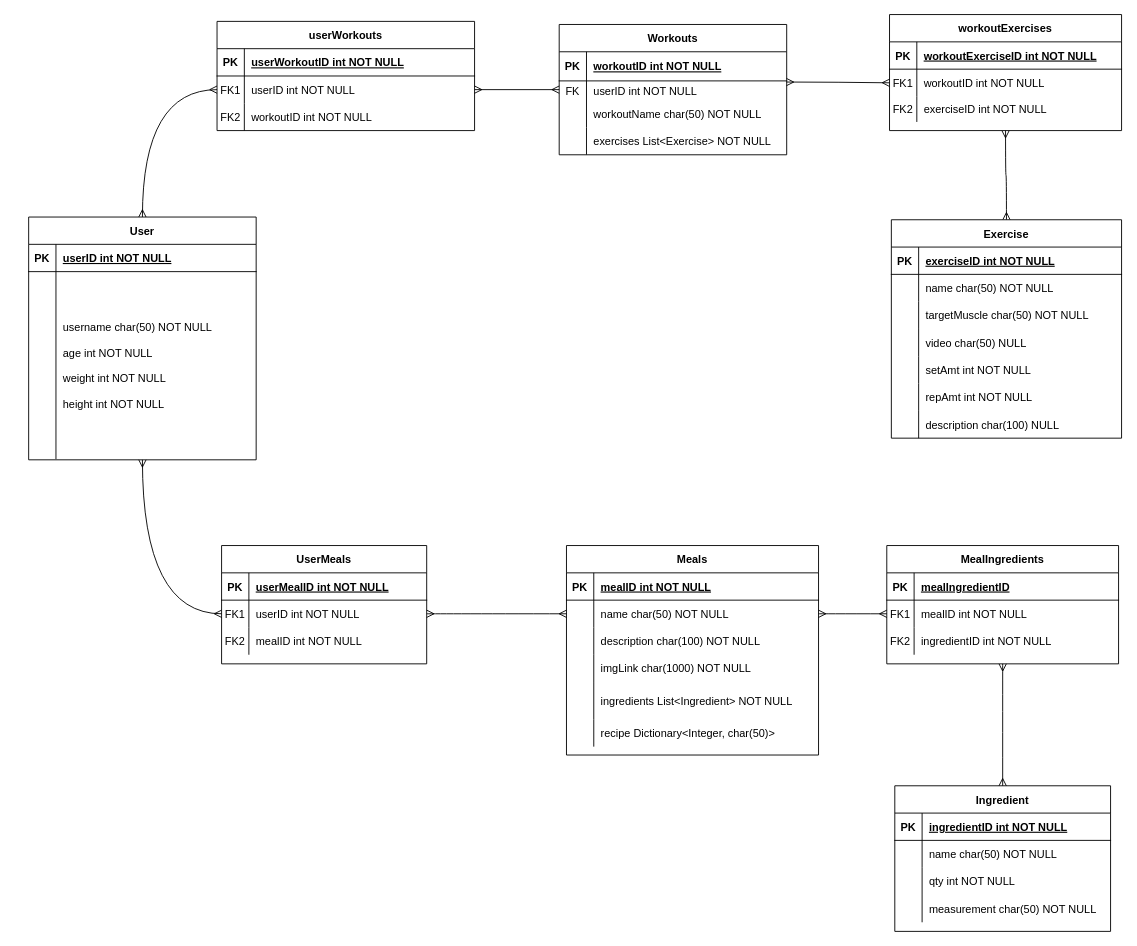
Scipion2002/HomieGainz keeps this draw.io diagram as HomieGainz ER Diagram.drawio. Above is the earlier version. Source tidied: cells renumbered, new cells numbered last; positions are measured from the earlier drawing's top-left corner, leaving out a move shared by most shapes. Both pictures are drawn from the tidied source at 91%, with x=0, y=0 at pixel (28, 14).
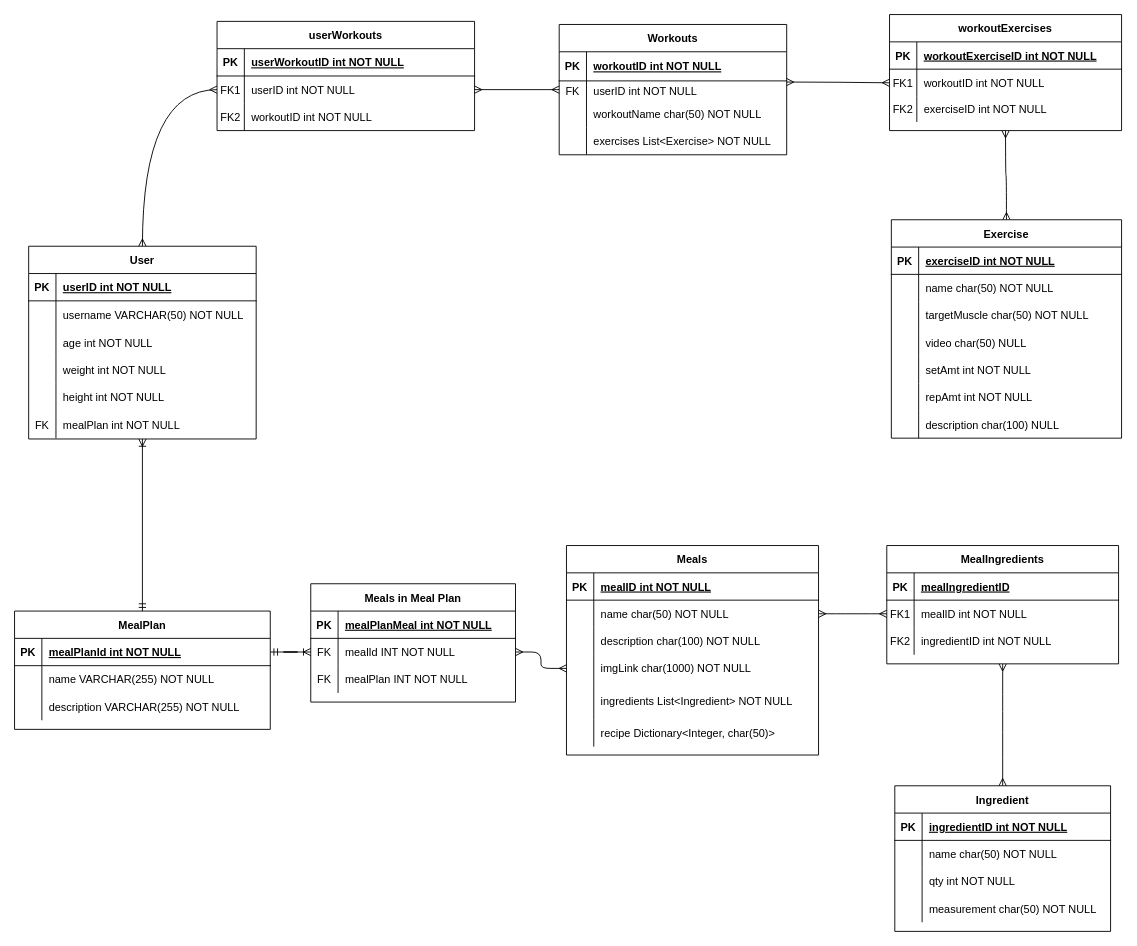
The same page after the edit.

Unchanged cells that the change refers to:
```xml
<mxCell id="20" style="shape=tableRow;horizontal=0;startSize=0;swimlaneHead=0;swimlaneBody=0;fillColor=none;points=[[0,0.5],[1,0.5]];portConstraint=eastwest;top=0;left=0;right=0;bottom=0;" parent="16" vertex="1">
  <mxGeometry y="60" width="277" height="30" as="geometry" />
</mxCell>
<mxCell id="26" style="shape=tableRow;horizontal=0;startSize=0;swimlaneHead=0;swimlaneBody=0;fillColor=none;points=[[0,0.5],[1,0.5]];portConstraint=eastwest;top=0;left=0;right=0;bottom=0;" parent="16" vertex="1">
  <mxGeometry y="120" width="277" height="30" as="geometry" />
</mxCell>
```

Diff of the diagram source:
```diff
@@
-    <mxCell id="35" style="edgeStyle=orthogonalEdgeStyle;curved=1;rounded=0;jettySize=auto;html=1;entryX=0;entryY=0.5;entryDx=0;entryDy=0;startArrow=ERmany;startFill=0;endArrow=ERmany;endFill=0;" parent="1" edge="1" source="36" target="92">
-      <mxGeometry relative="1" as="geometry" />
-    </mxCell>
     <mxCell id="36" value="User" style="shape=table;startSize=30;childLayout=tableLayout;rowLines=0;fontStyle=1;align=center;" parent="1" vertex="1">
-      <mxGeometry y="223" width="250" height="266.8" as="geometry" />
+      <mxGeometry y="255.1" width="250" height="211.8" as="geometry" />
     </mxCell>
@@
     <mxCell id="40" style="shape=partialRectangle;fillColor=none;top=0;left=0;right=0;bottom=0;" parent="36" vertex="1">
-      <mxGeometry y="60" width="250" height="206" as="geometry" />
+      <mxGeometry y="60" width="250" height="31" as="geometry" />
     </mxCell>
     <mxCell id="41" style="shape=partialRectangle;overflow=hidden;fillColor=none;top=0;left=0;bottom=0;right=0;" parent="40" vertex="1">
-      <mxGeometry width="30" height="206" as="geometry" />
+      <mxGeometry width="30" height="31" as="geometry" />
     </mxCell>
-    <mxCell id="42" value="username char(50) NOT NULL&#10;&#10;age int NOT NULL&#10;&#10;weight int NOT NULL&#10;&#10;height int NOT NULL" style="shape=partialRectangle;overflow=hidden;fillColor=none;top=0;left=0;bottom=0;right=0;align=left;spacingLeft=6;" parent="40" vertex="1">
-      <mxGeometry x="30" width="220" height="206" as="geometry" />
+    <mxCell id="42" value="username VARCHAR(50) NOT NULL" style="shape=partialRectangle;overflow=hidden;fillColor=none;top=0;left=0;bottom=0;right=0;align=left;spacingLeft=6;" parent="40" vertex="1">
+      <mxGeometry x="30" width="220" height="31" as="geometry" />
     </mxCell>
+    <mxCell id="124" style="shape=tableRow;horizontal=0;startSize=0;swimlaneHead=0;swimlaneBody=0;fillColor=none;top=0;left=0;right=0;bottom=0;" parent="36" vertex="1">
+      <mxGeometry y="91" width="250" height="30" as="geometry" />
+    </mxCell>
+    <mxCell id="125" style="shape=partialRectangle;fillColor=none;top=0;left=0;bottom=0;right=0;overflow=hidden;" parent="124" vertex="1">
+      <mxGeometry width="30" height="30" as="geometry" />
+    </mxCell>
+    <mxCell id="126" value="age int NOT NULL" style="shape=partialRectangle;fillColor=none;top=0;left=0;bottom=0;right=0;align=left;spacingLeft=6;overflow=hidden;" parent="124" vertex="1">
+      <mxGeometry x="30" width="220" height="30" as="geometry" />
+    </mxCell>
+    <mxCell id="127" style="shape=tableRow;horizontal=0;startSize=0;swimlaneHead=0;swimlaneBody=0;fillColor=none;top=0;left=0;right=0;bottom=0;" parent="36" vertex="1">
+      <mxGeometry y="121" width="250" height="30" as="geometry" />
+    </mxCell>
+    <mxCell id="128" style="shape=partialRectangle;fillColor=none;top=0;left=0;bottom=0;right=0;overflow=hidden;" parent="127" vertex="1">
+      <mxGeometry width="30" height="30" as="geometry" />
+    </mxCell>
+    <mxCell id="129" value="weight int NOT NULL" style="shape=partialRectangle;fillColor=none;top=0;left=0;bottom=0;right=0;align=left;spacingLeft=6;overflow=hidden;" parent="127" vertex="1">
+      <mxGeometry x="30" width="220" height="30" as="geometry" />
+    </mxCell>
+    <mxCell id="130" style="shape=tableRow;horizontal=0;startSize=0;swimlaneHead=0;swimlaneBody=0;fillColor=none;top=0;left=0;right=0;bottom=0;" parent="36" vertex="1">
+      <mxGeometry y="151" width="250" height="30" as="geometry" />
+    </mxCell>
+    <mxCell id="131" style="shape=partialRectangle;fillColor=none;top=0;left=0;bottom=0;right=0;overflow=hidden;" parent="130" vertex="1">
+      <mxGeometry width="30" height="30" as="geometry" />
+    </mxCell>
+    <mxCell id="132" value="height int NOT NULL" style="shape=partialRectangle;fillColor=none;top=0;left=0;bottom=0;right=0;align=left;spacingLeft=6;overflow=hidden;" parent="130" vertex="1">
+      <mxGeometry x="30" width="220" height="30" as="geometry" />
+    </mxCell>
+    <mxCell id="133" style="shape=tableRow;horizontal=0;startSize=0;swimlaneHead=0;swimlaneBody=0;fillColor=none;top=0;left=0;right=0;bottom=0;" parent="36" vertex="1">
+      <mxGeometry y="181" width="250" height="30" as="geometry" />
+    </mxCell>
+    <mxCell id="134" value="FK" style="shape=partialRectangle;fillColor=none;top=0;left=0;bottom=0;right=0;fontStyle=0;overflow=hidden;" parent="133" vertex="1">
+      <mxGeometry width="30" height="30" as="geometry" />
+    </mxCell>
+    <mxCell id="135" value="mealPlan int NOT NULL" style="shape=partialRectangle;fillColor=none;top=0;left=0;bottom=0;right=0;align=left;spacingLeft=6;fontStyle=0;overflow=hidden;" parent="133" vertex="1">
+      <mxGeometry x="30" width="220" height="30" as="geometry" />
+    </mxCell>
@@
-    <mxCell id="88" value="UserMeals" style="shape=table;startSize=30;childLayout=tableLayout;rowLines=0;fontStyle=1;align=center;" parent="1" vertex="1">
-      <mxGeometry x="212" y="584" width="225.4" height="130" as="geometry" />
-    </mxCell>
-    <mxCell id="89" style="shape=tableRow;horizontal=0;startSize=0;swimlaneHead=0;swimlaneBody=0;fillColor=none;top=0;left=0;right=0;bottom=1;" parent="88" vertex="1">
-      <mxGeometry y="30" width="225.4" height="30" as="geometry" />
-    </mxCell>
-    <mxCell id="90" value="PK" style="shape=partialRectangle;fillColor=none;top=0;left=0;bottom=0;right=0;fontStyle=1;overflow=hidden;" parent="89" vertex="1">
-      <mxGeometry width="30" height="30" as="geometry" />
-    </mxCell>
-    <mxCell id="91" value="userMealID int NOT NULL" style="shape=partialRectangle;fillColor=none;top=0;left=0;bottom=0;right=0;align=left;spacingLeft=6;fontStyle=5;overflow=hidden;" parent="89" vertex="1">
-      <mxGeometry x="30" width="195.4" height="30" as="geometry" />
-    </mxCell>
-    <mxCell id="92" style="shape=tableRow;horizontal=0;startSize=0;swimlaneHead=0;swimlaneBody=0;fillColor=none;points=[[0,0.5],[1,0.5]];portConstraint=eastwest;top=0;left=0;right=0;bottom=0;" parent="88" vertex="1">
-      <mxGeometry y="60" width="225.4" height="30" as="geometry" />
-    </mxCell>
-    <mxCell id="93" value="FK1" style="shape=partialRectangle;fillColor=none;top=0;left=0;bottom=0;right=0;overflow=hidden;" parent="92" vertex="1">
-      <mxGeometry width="30" height="30" as="geometry" />
-    </mxCell>
-    <mxCell id="94" value="userID int NOT NULL" style="shape=partialRectangle;fillColor=none;top=0;left=0;bottom=0;right=0;align=left;spacingLeft=6;overflow=hidden;" parent="92" vertex="1">
-      <mxGeometry x="30" width="195.4" height="30" as="geometry" />
-    </mxCell>
-    <mxCell id="95" style="shape=tableRow;horizontal=0;startSize=0;swimlaneHead=0;swimlaneBody=0;fillColor=none;top=0;left=0;right=0;bottom=0;" parent="88" vertex="1">
-      <mxGeometry y="90" width="225.4" height="30" as="geometry" />
-    </mxCell>
-    <mxCell id="96" value="FK2" style="shape=partialRectangle;fillColor=none;top=0;left=0;bottom=0;right=0;overflow=hidden;" parent="95" vertex="1">
-      <mxGeometry width="30" height="30" as="geometry" />
-    </mxCell>
-    <mxCell id="97" value="mealID int NOT NULL" style="shape=partialRectangle;fillColor=none;top=0;left=0;bottom=0;right=0;align=left;spacingLeft=6;overflow=hidden;" parent="95" vertex="1">
-      <mxGeometry x="30" width="195.4" height="30" as="geometry" />
-    </mxCell>
-    <mxCell id="98" style="edgeStyle=orthogonalEdgeStyle;curved=1;rounded=0;jettySize=auto;html=1;entryX=0;entryY=0.5;entryDx=0;entryDy=0;startArrow=ERmany;startFill=0;endArrow=ERmany;endFill=0;" parent="1" edge="1" source="92" target="20">
-      <mxGeometry relative="1" as="geometry" />
-    </mxCell>
@@
+    <mxCell id="136" value="MealPlan" style="shape=table;startSize=30;childLayout=tableLayout;rowLines=0;fontStyle=1;align=center;" parent="1" vertex="1">
+      <mxGeometry x="-15.5" y="656" width="281" height="130" as="geometry" />
+    </mxCell>
+    <mxCell id="137" style="shape=tableRow;horizontal=0;startSize=0;swimlaneHead=0;swimlaneBody=0;fillColor=none;points=[[0,0.5],[1,0.5]];portConstraint=eastwest;top=0;left=0;right=0;bottom=1;" parent="136" vertex="1">
+      <mxGeometry y="30" width="281" height="30" as="geometry" />
+    </mxCell>
+    <mxCell id="138" value="PK" style="shape=partialRectangle;fillColor=none;top=0;left=0;bottom=0;right=0;fontStyle=1;overflow=hidden;" parent="137" vertex="1">
+      <mxGeometry width="30" height="30" as="geometry" />
+    </mxCell>
+    <mxCell id="139" value="mealPlanId int NOT NULL" style="shape=partialRectangle;fillColor=none;top=0;left=0;bottom=0;right=0;align=left;spacingLeft=6;fontStyle=5;overflow=hidden;" parent="137" vertex="1">
+      <mxGeometry x="30" width="251" height="30" as="geometry" />
+    </mxCell>
+    <mxCell id="140" style="shape=tableRow;horizontal=0;startSize=0;swimlaneHead=0;swimlaneBody=0;fillColor=none;top=0;left=0;right=0;bottom=0;" parent="136" vertex="1">
+      <mxGeometry y="60" width="281" height="30" as="geometry" />
+    </mxCell>
+    <mxCell id="141" style="shape=partialRectangle;fillColor=none;top=0;left=0;bottom=0;right=0;overflow=hidden;" parent="140" vertex="1">
+      <mxGeometry width="30" height="30" as="geometry" />
+    </mxCell>
+    <mxCell id="142" value="name VARCHAR(255) NOT NULL" style="shape=partialRectangle;fillColor=none;top=0;left=0;bottom=0;right=0;align=left;spacingLeft=6;overflow=hidden;" parent="140" vertex="1">
+      <mxGeometry x="30" width="251" height="30" as="geometry" />
+    </mxCell>
+    <mxCell id="143" style="shape=tableRow;horizontal=0;startSize=0;swimlaneHead=0;swimlaneBody=0;fillColor=none;top=0;left=0;right=0;bottom=0;" parent="136" vertex="1">
+      <mxGeometry y="90" width="281" height="30" as="geometry" />
+    </mxCell>
+    <mxCell id="144" style="shape=partialRectangle;fillColor=none;top=0;left=0;bottom=0;right=0;overflow=hidden;" parent="143" vertex="1">
+      <mxGeometry width="30" height="30" as="geometry" />
+    </mxCell>
+    <mxCell id="145" value="description VARCHAR(255) NOT NULL" style="shape=partialRectangle;fillColor=none;top=0;left=0;bottom=0;right=0;align=left;spacingLeft=6;overflow=hidden;" parent="143" vertex="1">
+      <mxGeometry x="30" width="251" height="30" as="geometry" />
+    </mxCell>
+    <mxCell id="146" value="Meals in Meal Plan" style="shape=table;startSize=30;childLayout=tableLayout;rowLines=0;fontStyle=1;align=center;" parent="1" vertex="1">
+      <mxGeometry x="310" y="626" width="225" height="130" as="geometry" />
+    </mxCell>
+    <mxCell id="147" style="shape=tableRow;horizontal=0;startSize=0;swimlaneHead=0;swimlaneBody=0;fillColor=none;top=0;left=0;right=0;bottom=1;" parent="146" vertex="1">
+      <mxGeometry y="30" width="225" height="30" as="geometry" />
+    </mxCell>
+    <mxCell id="148" value="PK" style="shape=partialRectangle;fillColor=none;top=0;left=0;bottom=0;right=0;fontStyle=1;overflow=hidden;" parent="147" vertex="1">
+      <mxGeometry width="30" height="30" as="geometry" />
+    </mxCell>
+    <mxCell id="149" value="mealPlanMeal int NOT NULL" style="shape=partialRectangle;fillColor=none;top=0;left=0;bottom=0;right=0;align=left;spacingLeft=6;fontStyle=5;overflow=hidden;" parent="147" vertex="1">
+      <mxGeometry x="30" width="195" height="30" as="geometry" />
+    </mxCell>
+    <mxCell id="150" style="shape=tableRow;horizontal=0;startSize=0;swimlaneHead=0;swimlaneBody=0;fillColor=none;points=[[0,0.5],[1,0.5]];portConstraint=eastwest;top=0;left=0;right=0;bottom=0;" parent="146" vertex="1">
+      <mxGeometry y="60" width="225" height="30" as="geometry" />
+    </mxCell>
+    <mxCell id="151" value="FK" style="shape=partialRectangle;fillColor=none;top=0;left=0;bottom=0;right=0;fontStyle=0;overflow=hidden;" parent="150" vertex="1">
+      <mxGeometry width="30" height="30" as="geometry" />
+    </mxCell>
+    <mxCell id="152" value="mealId INT NOT NULL" style="shape=partialRectangle;fillColor=none;top=0;left=0;bottom=0;right=0;align=left;spacingLeft=6;fontStyle=0;overflow=hidden;" parent="150" vertex="1">
+      <mxGeometry x="30" width="195" height="30" as="geometry" />
+    </mxCell>
+    <mxCell id="153" style="shape=tableRow;horizontal=0;startSize=0;swimlaneHead=0;swimlaneBody=0;fillColor=none;top=0;left=0;right=0;bottom=0;" parent="146" vertex="1">
+      <mxGeometry y="90" width="225" height="30" as="geometry" />
+    </mxCell>
+    <mxCell id="154" value="FK" style="shape=partialRectangle;fillColor=none;top=0;left=0;bottom=0;right=0;fontStyle=0;overflow=hidden;" parent="153" vertex="1">
+      <mxGeometry width="30" height="30" as="geometry" />
+    </mxCell>
+    <mxCell id="155" value="mealPlan INT NOT NULL" style="shape=partialRectangle;fillColor=none;top=0;left=0;bottom=0;right=0;align=left;spacingLeft=6;fontStyle=0;overflow=hidden;" parent="153" vertex="1">
+      <mxGeometry x="30" width="195" height="30" as="geometry" />
+    </mxCell>
+    <mxCell id="156" style="edgeStyle=entityRelationEdgeStyle;fontSize=12;html=1;endArrow=ERoneToMany;startArrow=ERmandOne;rounded=0;exitX=1;exitY=0.5;exitDx=0;exitDy=0;entryX=0;entryY=0.5;entryDx=0;entryDy=0;" parent="1" edge="1" source="137" target="150">
+      <mxGeometry relative="1" as="geometry" />
+    </mxCell>
+    <mxCell id="157" style="edgeStyle=orthogonalEdgeStyle;fontSize=12;html=1;endArrow=ERmany;startArrow=ERmany;rounded=1;exitX=1;exitY=0.5;exitDx=0;exitDy=0;entryX=0;entryY=0.5;entryDx=0;entryDy=0;" parent="1" edge="1" source="150" target="26">
+      <mxGeometry relative="1" as="geometry" />
+    </mxCell>
+    <mxCell id="158" style="fontSize=12;html=1;endArrow=ERoneToMany;startArrow=ERmandOne;rounded=1;entryX=0.5;entryY=1;entryDx=0;entryDy=0;exitX=0.5;exitY=0;exitDx=0;exitDy=0;" parent="1" edge="1" source="136" target="36">
+      <mxGeometry relative="1" as="geometry" />
+    </mxCell>
```
